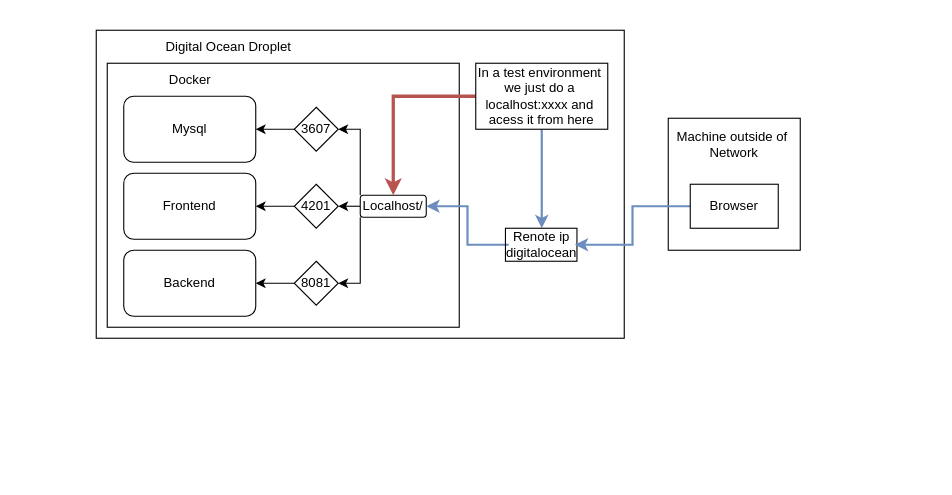
The draw.io diagram teste.drawio in ArturArtimonte/diagrans, before the edit. Source tidied: cells renumbered, new cells numbered last; positions are measured from the earlier drawing's top-left corner, leaving out a move shared by most shapes. Both pictures are drawn from the tidied source at 110%, with x=0, y=0 at pixel (96, 30). Pictures stored in the file or linked from it are replaced by grey dashed boxes.
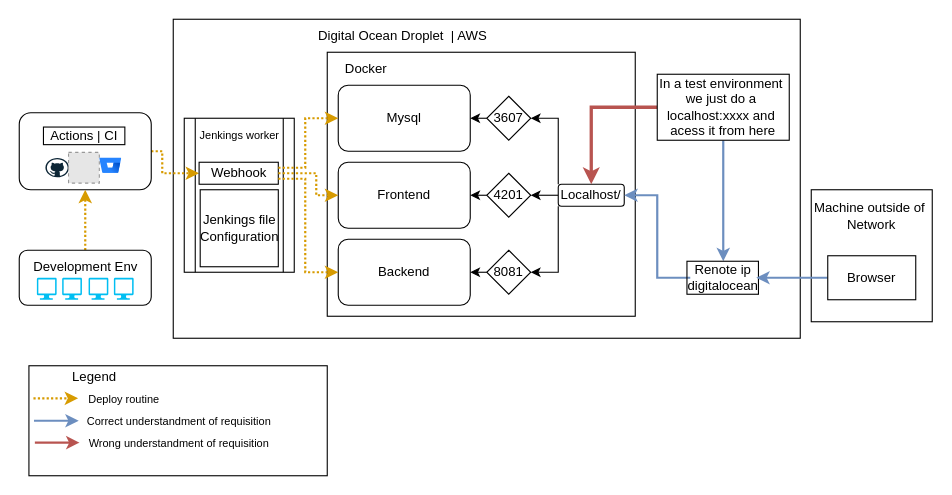
The same diagram, later.

The edit, as a diff of the source:
```diff
@@
     <mxCell id="2" style="rounded=0;whiteSpace=wrap;html=1;" parent="1" vertex="1">
-      <mxGeometry width="480" height="280" as="geometry" />
+      <mxGeometry x="70" y="-10" width="570" height="290" as="geometry" />
     </mxCell>
     <mxCell id="3" value="Machine outside of&amp;nbsp;&lt;br&gt;Network&lt;br&gt;&lt;br&gt;&lt;br&gt;&lt;br&gt;&lt;br&gt;&lt;br&gt;" style="rounded=0;whiteSpace=wrap;html=1;" parent="1" vertex="1">
-      <mxGeometry x="520" y="80" width="120" height="120" as="geometry" />
+      <mxGeometry x="650" y="145" width="110" height="120" as="geometry" />
     </mxCell>
-    <mxCell id="4" value="Digital Ocean Droplet" style="text;html=1;align=center;verticalAlign=middle;strokeColor=none;fillColor=none;" parent="1" vertex="1">
-      <mxGeometry x="50" width="140" height="30" as="geometry" />
+    <mxCell id="4" value="Digital Ocean Droplet&amp;nbsp; | AWS&amp;nbsp;" style="text;html=1;align=center;verticalAlign=middle;strokeColor=none;fillColor=none;" parent="1" vertex="1">
+      <mxGeometry x="190" y="-10" width="180" height="30" as="geometry" />
     </mxCell>
     <mxCell id="5" style="rounded=0;whiteSpace=wrap;html=1;" parent="1" vertex="1">
-      <mxGeometry x="10" y="30" width="320" height="240" as="geometry" />
+      <mxGeometry x="210" y="20" width="280" height="240" as="geometry" />
     </mxCell>
     <mxCell id="6" value="Docker" style="text;html=1;align=center;verticalAlign=middle;strokeColor=none;fillColor=none;" parent="1" vertex="1">
-      <mxGeometry x="55" y="30" width="60" height="30" as="geometry" />
+      <mxGeometry x="215" y="20" width="60" height="30" as="geometry" />
     </mxCell>
     <mxCell id="7" value="Mysql" style="rounded=1;whiteSpace=wrap;html=1;" parent="1" vertex="1">
-      <mxGeometry x="25" y="60" width="120" height="60" as="geometry" />
+      <mxGeometry x="220" y="50" width="120" height="60" as="geometry" />
     </mxCell>
     <mxCell id="8" value="Frontend" style="rounded=1;whiteSpace=wrap;html=1;" parent="1" vertex="1">
-      <mxGeometry x="25" y="130" width="120" height="60" as="geometry" />
+      <mxGeometry x="220" y="120" width="120" height="60" as="geometry" />
     </mxCell>
     <mxCell id="9" value="Backend" style="rounded=1;whiteSpace=wrap;html=1;" parent="1" vertex="1">
-      <mxGeometry x="25" y="200" width="120" height="60" as="geometry" />
+      <mxGeometry x="220" y="190" width="120" height="60" as="geometry" />
     </mxCell>
@@
     <mxCell id="11" value="3607" style="rhombus;whiteSpace=wrap;html=1;" parent="1" vertex="1">
-      <mxGeometry x="180" y="70" width="40" height="40" as="geometry" />
+      <mxGeometry x="355" y="60" width="40" height="40" as="geometry" />
     </mxCell>
@@
     <mxCell id="13" value="4201" style="rhombus;whiteSpace=wrap;html=1;" parent="1" vertex="1">
-      <mxGeometry x="180" y="140" width="40" height="40" as="geometry" />
+      <mxGeometry x="355" y="130" width="40" height="40" as="geometry" />
     </mxCell>
@@
     <mxCell id="15" value="8081" style="rhombus;whiteSpace=wrap;html=1;" parent="1" vertex="1">
-      <mxGeometry x="180" y="210" width="40" height="40" as="geometry" />
+      <mxGeometry x="355" y="200" width="40" height="40" as="geometry" />
     </mxCell>
@@
     <mxCell id="19" value="Localhost/" style="rounded=1;whiteSpace=wrap;html=1;" parent="1" vertex="1">
-      <mxGeometry x="240" y="150" width="60" height="20" as="geometry" />
+      <mxGeometry x="420" y="140" width="60" height="20" as="geometry" />
     </mxCell>
@@
-    <mxCell id="21" style="edgeStyle=orthogonalEdgeStyle;rounded=1;jettySize=auto;html=1;exitX=0.5;exitY=1;exitDx=0;exitDy=0;entryX=0.5;entryY=0;entryDx=0;entryDy=0;fillColor=#dae8fc;strokeColor=#6c8ebf;strokeWidth=2;" parent="1" edge="1" source="22" target="24">
+    <mxCell id="21" style="edgeStyle=orthogonalEdgeStyle;rounded=1;jettySize=auto;html=1;exitX=0.5;exitY=1;exitDx=0;exitDy=0;entryX=0.5;entryY=0;entryDx=0;entryDy=0;fillColor=#dae8fc;strokeColor=#6c8ebf;strokeWidth=2;flowAnimation=1;" parent="1" edge="1" source="22" target="24">
       <mxGeometry relative="1" as="geometry" />
     </mxCell>
     <mxCell id="22" value="In a test environment&amp;nbsp;&lt;br&gt;we just do a&amp;nbsp;&lt;br&gt;localhost:xxxx and&amp;nbsp;&lt;br&gt;acess it from here" style="rounded=0;whiteSpace=wrap;html=1;" parent="1" vertex="1">
-      <mxGeometry x="345" y="30" width="120" height="60" as="geometry" />
+      <mxGeometry x="510" y="40" width="120" height="60" as="geometry" />
     </mxCell>
-    <mxCell id="23" style="edgeStyle=orthogonalEdgeStyle;rounded=0;jettySize=auto;html=1;exitX=0;exitY=0.5;exitDx=0;exitDy=0;entryX=1;entryY=0.5;entryDx=0;entryDy=0;fillColor=#dae8fc;strokeColor=#6c8ebf;strokeWidth=2;" parent="1" edge="1" source="24" target="19">
+    <mxCell id="23" style="edgeStyle=orthogonalEdgeStyle;rounded=0;jettySize=auto;html=1;exitX=0;exitY=0.5;exitDx=0;exitDy=0;entryX=1;entryY=0.5;entryDx=0;entryDy=0;fillColor=#dae8fc;strokeColor=#6c8ebf;strokeWidth=2;flowAnimation=1;" parent="1" edge="1" source="24" target="19">
       <mxGeometry relative="1" as="geometry" />
     </mxCell>
     <mxCell id="24" value="Renote ip digitalocean&lt;br&gt;" style="text;html=1;strokeColor=none;fillColor=none;align=center;verticalAlign=middle;whiteSpace=wrap;rounded=0;labelBorderColor=default;" parent="1" vertex="1">
-      <mxGeometry x="375" y="180" width="60" height="30" as="geometry" />
+      <mxGeometry x="540" y="210" width="60" height="30" as="geometry" />
     </mxCell>
-    <mxCell id="25" style="edgeStyle=orthogonalEdgeStyle;jettySize=auto;html=1;exitX=0;exitY=0.5;exitDx=0;exitDy=0;entryX=1;entryY=0.5;entryDx=0;entryDy=0;fillColor=#dae8fc;strokeColor=#6c8ebf;strokeWidth=2;rounded=0;" parent="1" edge="1" source="26" target="24">
+    <mxCell id="25" style="edgeStyle=orthogonalEdgeStyle;jettySize=auto;html=1;exitX=0;exitY=0.5;exitDx=0;exitDy=0;entryX=1;entryY=0.5;entryDx=0;entryDy=0;fillColor=#dae8fc;strokeColor=#6c8ebf;strokeWidth=2;rounded=0;flowAnimation=1;" parent="1" edge="1" source="26" target="24">
       <mxGeometry relative="1" as="geometry" />
     </mxCell>
     <mxCell id="26" value="Browser" style="rounded=0;whiteSpace=wrap;html=1;" parent="1" vertex="1">
-      <mxGeometry x="540" y="140" width="80" height="40" as="geometry" />
+      <mxGeometry x="665" y="205" width="80" height="40" as="geometry" />
     </mxCell>
+    <mxCell id="27" style="shape=process;whiteSpace=wrap;html=1;backgroundOutline=1;" parent="1" vertex="1">
+      <mxGeometry x="80" y="80" width="100" height="140" as="geometry" />
+    </mxCell>
+    <mxCell id="28" style="edgeStyle=orthogonalEdgeStyle;rounded=0;jettySize=auto;html=1;exitX=1;exitY=0.5;exitDx=0;exitDy=0;entryX=0;entryY=0.5;entryDx=0;entryDy=0;fillColor=#ffe6cc;strokeColor=#d79b00;strokeWidth=2;dashed=1;dashPattern=1 1;flowAnimation=1;" parent="1" edge="1" source="29" target="41">
+      <mxGeometry relative="1" as="geometry">
+        <Array as="points">
+          <mxPoint x="60" y="110" />
+          <mxPoint x="60" y="130" />
+        </Array>
+      </mxGeometry>
+    </mxCell>
+    <mxCell id="29" style="rounded=1;whiteSpace=wrap;html=1;" parent="1" vertex="1">
+      <mxGeometry x="-70" y="75" width="120" height="70" as="geometry" />
+    </mxCell>
+    <mxCell id="30" style="edgeStyle=orthogonalEdgeStyle;rounded=0;jettySize=auto;html=1;exitX=0.5;exitY=0;exitDx=0;exitDy=0;entryX=0.5;entryY=1;entryDx=0;entryDy=0;strokeWidth=2;fillColor=#ffe6cc;strokeColor=#d79b00;dashed=1;dashPattern=1 1;flowAnimation=1;" parent="1" edge="1" source="31" target="29">
+      <mxGeometry relative="1" as="geometry" />
+    </mxCell>
+    <mxCell id="31" style="rounded=1;whiteSpace=wrap;html=1;" parent="1" vertex="1">
+      <mxGeometry x="-70" y="200" width="120" height="50" as="geometry" />
+    </mxCell>
+    <mxCell id="32" style="verticalLabelPosition=bottom;html=1;verticalAlign=top;align=center;strokeColor=none;fillColor=#00BEF2;shape=mxgraph.azure.computer;" parent="1" vertex="1">
+      <mxGeometry x="-54" y="225" width="18" height="20" as="geometry" />
+    </mxCell>
+    <mxCell id="33" style="verticalLabelPosition=bottom;html=1;verticalAlign=top;align=center;strokeColor=none;fillColor=#00BEF2;shape=mxgraph.azure.computer;" parent="1" vertex="1">
+      <mxGeometry x="-31" y="225" width="18" height="20" as="geometry" />
+    </mxCell>
+    <mxCell id="34" style="verticalLabelPosition=bottom;html=1;verticalAlign=top;align=center;strokeColor=none;fillColor=#00BEF2;shape=mxgraph.azure.computer;" parent="1" vertex="1">
+      <mxGeometry x="-7" y="225" width="18" height="20" as="geometry" />
+    </mxCell>
+    <mxCell id="35" style="verticalLabelPosition=bottom;html=1;verticalAlign=top;align=center;strokeColor=none;fillColor=#00BEF2;shape=mxgraph.azure.computer;" parent="1" vertex="1">
+      <mxGeometry x="16" y="225" width="18" height="20" as="geometry" />
+    </mxCell>
+    <mxCell id="36" value="Development Env" style="text;html=1;align=center;verticalAlign=middle;strokeColor=none;fillColor=none;" parent="1" vertex="1">
+      <mxGeometry x="-70" y="200" width="120" height="30" as="geometry" />
+    </mxCell>
+    <mxCell id="37" style="dashed=0;html=1;align=center;labelPosition=center;verticalLabelPosition=bottom;verticalAlign=top;shape=mxgraph.weblogos.github;" parent="1" vertex="1">
+      <mxGeometry x="-46.2" y="116.2" width="21.5" height="17.5" as="geometry" />
+    </mxCell>
+    <mxCell id="38" style="fillColor=#E6E6E6;strokeColor=#999999;dashed=1;html=1;verticalAlign=top;verticalLabelPosition=bottom;labelBackgroundColor=#ffffff;" parent="1" vertex="1">
+      <mxGeometry x="-25.2" y="111" width="28" height="28" as="geometry" />
+    </mxCell>
+    <mxCell id="39" style="image;html=1;image=img/lib/atlassian/Bitbucket_Logo.svg;" parent="1" vertex="1">
+      <mxGeometry x="3.2" y="116.2" width="20" height="14" as="geometry" />
+    </mxCell>
+    <mxCell id="40" value="&amp;nbsp; Actions | CI&amp;nbsp;&amp;nbsp;" style="text;html=1;align=center;verticalAlign=middle;strokeColor=none;fillColor=none;labelBorderColor=default;" parent="1" vertex="1">
+      <mxGeometry x="-61.2" y="81" width="100" height="30" as="geometry" />
+    </mxCell>
+    <mxCell id="41" value="Webhook" style="rounded=0;whiteSpace=wrap;html=1;" parent="1" vertex="1">
+      <mxGeometry x="93.5" y="120" width="72" height="20" as="geometry" />
+    </mxCell>
+    <mxCell id="42" value="Jenkings worker" style="text;html=1;align=center;verticalAlign=middle;strokeColor=none;fillColor=none;fontSize=10;" parent="1" vertex="1">
+      <mxGeometry x="80" y="80" width="100" height="30" as="geometry" />
+    </mxCell>
+    <mxCell id="43" value="Jenkings file&lt;br&gt;Configuration" style="rounded=0;whiteSpace=wrap;html=1;" parent="1" vertex="1">
+      <mxGeometry x="94.5" y="145" width="71" height="70" as="geometry" />
+    </mxCell>
+    <mxCell id="44" style="rounded=0;whiteSpace=wrap;html=1;" parent="1" vertex="1">
+      <mxGeometry x="-61.2" y="305" width="271.2" height="100" as="geometry" />
+    </mxCell>
+    <mxCell id="45" value="Legend" style="text;html=1;align=center;verticalAlign=middle;strokeColor=none;fillColor=none;" parent="1" vertex="1">
+      <mxGeometry x="-32.5" y="300" width="60" height="30" as="geometry" />
+    </mxCell>
+    <mxCell id="46" style="endArrow=classic;html=1;rounded=0;fillColor=#ffe6cc;strokeColor=#d79b00;strokeWidth=2;dashed=1;dashPattern=1 1;flowAnimation=1;" parent="1" edge="1">
+      <mxGeometry relative="1" as="geometry">
+        <mxPoint x="-57.1" y="334.6" as="sourcePoint" />
+        <mxPoint x="-16.5" y="334.6" as="targetPoint" />
+      </mxGeometry>
+    </mxCell>
+    <mxCell id="47" style="endArrow=classic;html=1;rounded=0;fillColor=#dae8fc;strokeColor=#6c8ebf;strokeWidth=2;flowAnimation=1;" parent="1" edge="1">
+      <mxGeometry relative="1" as="geometry">
+        <mxPoint x="-56.6" y="355" as="sourcePoint" />
+        <mxPoint x="-15.9" y="355" as="targetPoint" />
+      </mxGeometry>
+    </mxCell>
+    <mxCell id="48" style="endArrow=classic;html=1;rounded=0;fillColor=#f8cecc;strokeColor=#b85450;strokeWidth=2;" parent="1" edge="1">
+      <mxGeometry relative="1" as="geometry">
+        <mxPoint x="-55.8" y="374.9" as="sourcePoint" />
+        <mxPoint x="-15.2" y="374.9" as="targetPoint" />
+      </mxGeometry>
+    </mxCell>
+    <mxCell id="49" value="Deploy routine" style="text;html=1;align=center;verticalAlign=middle;strokeColor=none;fillColor=none;fontSize=10;" parent="1" vertex="1">
+      <mxGeometry x="-20" y="320" width="90" height="30" as="geometry" />
+    </mxCell>
+    <mxCell id="50" value="Wrong understandment of requisition" style="text;html=1;align=center;verticalAlign=middle;strokeColor=none;fillColor=none;fontSize=10;" parent="1" vertex="1">
+      <mxGeometry x="-20" y="360" width="190" height="30" as="geometry" />
+    </mxCell>
+    <mxCell id="51" value="Correct understandment of requisition" style="text;html=1;align=center;verticalAlign=middle;strokeColor=none;fillColor=none;fontSize=10;" parent="1" vertex="1">
+      <mxGeometry x="-20" y="340" width="190" height="30" as="geometry" />
+    </mxCell>
+    <mxCell id="52" style="edgeStyle=orthogonalEdgeStyle;rounded=0;jettySize=auto;html=1;exitX=1;exitY=0.25;exitDx=0;exitDy=0;entryX=0;entryY=0.5;entryDx=0;entryDy=0;fillColor=#ffe6cc;strokeColor=#d79b00;strokeWidth=2;dashed=1;dashPattern=1 1;flowAnimation=1;" parent="1" edge="1" source="41" target="7">
+      <mxGeometry relative="1" as="geometry">
+        <Array as="points">
+          <mxPoint x="190" y="125" />
+          <mxPoint x="190" y="80" />
+        </Array>
+      </mxGeometry>
+    </mxCell>
+    <mxCell id="53" style="edgeStyle=orthogonalEdgeStyle;rounded=0;jettySize=auto;html=1;exitX=1;exitY=0.5;exitDx=0;exitDy=0;entryX=0;entryY=0.5;entryDx=0;entryDy=0;fillColor=#ffe6cc;strokeColor=#d79b00;strokeWidth=2;dashed=1;dashPattern=1 1;flowAnimation=1;" parent="1" edge="1" source="41" target="8">
+      <mxGeometry relative="1" as="geometry">
+        <Array as="points">
+          <mxPoint x="200" y="130" />
+          <mxPoint x="200" y="150" />
+        </Array>
+      </mxGeometry>
+    </mxCell>
+    <mxCell id="54" style="edgeStyle=orthogonalEdgeStyle;rounded=0;jettySize=auto;html=1;exitX=1;exitY=0.75;exitDx=0;exitDy=0;fillColor=#ffe6cc;strokeColor=#d79b00;strokeWidth=2;dashed=1;dashPattern=1 1;flowAnimation=1;" parent="1" edge="1" source="41" target="9">
+      <mxGeometry relative="1" as="geometry">
+        <Array as="points">
+          <mxPoint x="190" y="135" />
+          <mxPoint x="190" y="220" />
+        </Array>
+      </mxGeometry>
+    </mxCell>
```
